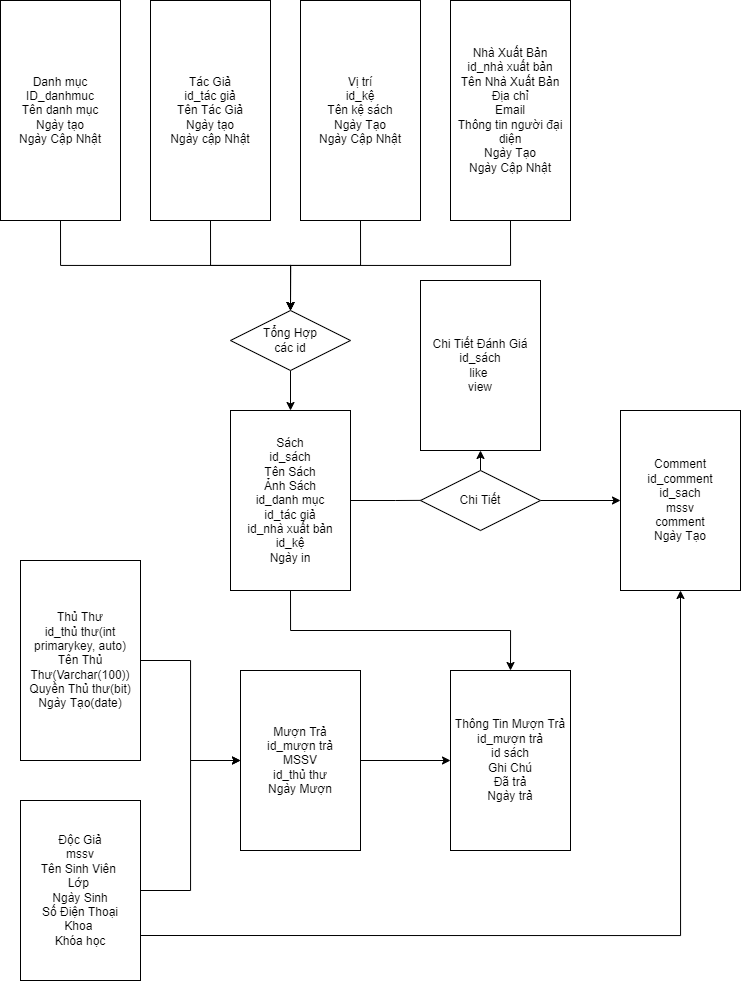
Before: Sơ đồ database.png, a diagram exported from draw.io (Mavis-TETRA/Du-An-APP-Quan-Li-Thu-Vien). Source tidied: cells renumbered, new cells last; positions are measured from the earlier drawing's top-left corner, leaving out a move shared by most shapes. Its diagram source:
```xml
<mxGraphModel>
  <root>
    <mxCell id="0" />
    <mxCell id="1" parent="0" />
    <mxCell id="2" style="edgeStyle=orthogonalEdgeStyle;rounded=0;jettySize=auto;html=1;exitX=0.5;exitY=1;exitDx=0;exitDy=0;" parent="1" edge="1" source="3">
      <mxGeometry relative="1" as="geometry">
        <mxPoint x="290" y="310" as="targetPoint" />
      </mxGeometry>
    </mxCell>
    <mxCell id="3" value="Danh mục&lt;br&gt;ID_danhmuc&lt;br&gt;Tên danh mục&lt;br&gt;Ngày tạo&lt;br&gt;Ngày Cập Nhật" style="rounded=0;whiteSpace=wrap;html=1;" parent="1" vertex="1">
      <mxGeometry width="120" height="220" as="geometry" />
    </mxCell>
    <mxCell id="4" style="edgeStyle=orthogonalEdgeStyle;rounded=0;jettySize=auto;html=1;exitX=0.5;exitY=1;exitDx=0;exitDy=0;entryX=0.5;entryY=0;entryDx=0;entryDy=0;" parent="1" edge="1" source="5" target="23">
      <mxGeometry relative="1" as="geometry" />
    </mxCell>
    <mxCell id="5" value="Tác Giả&lt;br&gt;id_tác giả&lt;br&gt;Tên Tác Giả&lt;br&gt;Ngày tạo&lt;br&gt;Ngày cập Nhật" style="rounded=0;whiteSpace=wrap;html=1;" parent="1" vertex="1">
      <mxGeometry x="150" width="120" height="220" as="geometry" />
    </mxCell>
    <mxCell id="6" style="edgeStyle=orthogonalEdgeStyle;rounded=0;jettySize=auto;html=1;exitX=0.5;exitY=1;exitDx=0;exitDy=0;entryX=0.5;entryY=0;entryDx=0;entryDy=0;" parent="1" edge="1" source="7" target="23">
      <mxGeometry relative="1" as="geometry" />
    </mxCell>
    <mxCell id="7" value="Nhà Xuất Bản&lt;br&gt;id_nhà xuất bản&lt;br&gt;Tên Nhà Xuất Bản&lt;br&gt;Địa chỉ&lt;br&gt;Email&lt;br&gt;Thông tin người đại diện&lt;br&gt;Ngày Tạo&lt;br&gt;Ngày Cập Nhật&lt;br&gt;" style="rounded=0;whiteSpace=wrap;html=1;" parent="1" vertex="1">
      <mxGeometry x="450" width="120" height="220" as="geometry" />
    </mxCell>
    <mxCell id="8" style="edgeStyle=orthogonalEdgeStyle;rounded=0;jettySize=auto;html=1;exitX=0.5;exitY=1;exitDx=0;exitDy=0;entryX=0.5;entryY=0;entryDx=0;entryDy=0;" parent="1" edge="1" source="10" target="18">
      <mxGeometry relative="1" as="geometry" />
    </mxCell>
    <mxCell id="9" style="edgeStyle=orthogonalEdgeStyle;rounded=0;jettySize=auto;html=1;exitX=1;exitY=0.5;exitDx=0;exitDy=0;" parent="1" edge="1" source="10">
      <mxGeometry relative="1" as="geometry">
        <mxPoint x="440" y="499.8" as="targetPoint" />
      </mxGeometry>
    </mxCell>
    <mxCell id="10" value="Sách&lt;br&gt;id_sách&lt;br&gt;Tên Sách&lt;br&gt;Ảnh Sách&lt;br&gt;id_danh mục&lt;br&gt;id_tác giả&lt;br&gt;id_nhà xuất bản&lt;br&gt;id_kệ&lt;br&gt;Ngày in" style="rounded=0;whiteSpace=wrap;html=1;" parent="1" vertex="1">
      <mxGeometry x="230" y="410" width="120" height="180" as="geometry" />
    </mxCell>
    <mxCell id="11" style="edgeStyle=orthogonalEdgeStyle;rounded=0;jettySize=auto;html=1;exitX=1;exitY=0.5;exitDx=0;exitDy=0;entryX=0;entryY=0.5;entryDx=0;entryDy=0;" parent="1" edge="1" source="12" target="17">
      <mxGeometry relative="1" as="geometry" />
    </mxCell>
    <mxCell id="12" value="Thủ Thư&lt;br&gt;id_thủ thư(int primarykey, auto)&lt;br&gt;Tên Thủ Thư(Varchar(100))&lt;br&gt;Quyền Thủ thư(bit)&lt;br&gt;Ngày Tạo(date)" style="rounded=0;whiteSpace=wrap;html=1;" parent="1" vertex="1">
      <mxGeometry x="20" y="560" width="120" height="200" as="geometry" />
    </mxCell>
    <mxCell id="13" style="edgeStyle=orthogonalEdgeStyle;rounded=0;jettySize=auto;html=1;exitX=1;exitY=0.5;exitDx=0;exitDy=0;" parent="1" edge="1" source="15" target="17">
      <mxGeometry relative="1" as="geometry" />
    </mxCell>
    <mxCell id="14" style="edgeStyle=orthogonalEdgeStyle;rounded=0;jettySize=auto;html=1;exitX=1;exitY=0.75;exitDx=0;exitDy=0;entryX=0.5;entryY=1;entryDx=0;entryDy=0;" parent="1" edge="1" source="15" target="27">
      <mxGeometry relative="1" as="geometry" />
    </mxCell>
    <mxCell id="15" value="Độc Giả&lt;br&gt;mssv&lt;br&gt;Tên Sinh Viên&amp;nbsp;&lt;br&gt;Lớp&amp;nbsp;&lt;br&gt;Ngày Sinh&lt;br&gt;Số Điện Thoại&lt;br&gt;Khoa&amp;nbsp;&lt;br&gt;Khóa học" style="rounded=0;whiteSpace=wrap;html=1;" parent="1" vertex="1">
      <mxGeometry x="20" y="800" width="120" height="180" as="geometry" />
    </mxCell>
    <mxCell id="16" style="edgeStyle=orthogonalEdgeStyle;rounded=0;jettySize=auto;html=1;exitX=1;exitY=0.5;exitDx=0;exitDy=0;" parent="1" edge="1" source="17" target="18">
      <mxGeometry relative="1" as="geometry" />
    </mxCell>
    <mxCell id="17" value="Mượn Trả&lt;br&gt;id_mượn trả&lt;br&gt;MSSV&lt;br&gt;id_thủ thư&lt;br&gt;Ngày Mượn&lt;br&gt;" style="rounded=0;whiteSpace=wrap;html=1;" parent="1" vertex="1">
      <mxGeometry x="240" y="670" width="120" height="180" as="geometry" />
    </mxCell>
    <mxCell id="18" value="Thông Tin Mượn Trả&lt;br&gt;id_mượn trả&lt;br&gt;id sách&lt;br&gt;Ghi Chú&lt;br&gt;Đã trả&lt;br&gt;Ngày trả&lt;br&gt;" style="rounded=0;whiteSpace=wrap;html=1;" parent="1" vertex="1">
      <mxGeometry x="450" y="670" width="120" height="180" as="geometry" />
    </mxCell>
    <mxCell id="19" style="edgeStyle=orthogonalEdgeStyle;rounded=0;jettySize=auto;html=1;exitX=0.5;exitY=1;exitDx=0;exitDy=0;" parent="1" edge="1" source="20">
      <mxGeometry relative="1" as="geometry">
        <mxPoint x="290" y="310" as="targetPoint" />
      </mxGeometry>
    </mxCell>
    <mxCell id="20" value="Vị trí&lt;br&gt;id_kệ&lt;br&gt;Tên kệ sách&lt;br&gt;Ngày Tạo&lt;br&gt;Ngày Cập Nhật" style="rounded=0;whiteSpace=wrap;html=1;" parent="1" vertex="1">
      <mxGeometry x="300" width="120" height="220" as="geometry" />
    </mxCell>
    <mxCell id="21" value="Chi Tiết Đánh Giá&lt;br&gt;id_sách&lt;br&gt;like&amp;nbsp;&lt;br&gt;view" style="rounded=0;whiteSpace=wrap;html=1;" parent="1" vertex="1">
      <mxGeometry x="420" y="280" width="120" height="170" as="geometry" />
    </mxCell>
    <mxCell id="22" style="edgeStyle=orthogonalEdgeStyle;rounded=0;jettySize=auto;html=1;exitX=0.5;exitY=1;exitDx=0;exitDy=0;" parent="1" edge="1" source="23" target="10">
      <mxGeometry relative="1" as="geometry" />
    </mxCell>
    <mxCell id="23" value="Tổng Hợp&lt;br&gt;các id" style="shape=rhombus;perimeter=rhombusPerimeter;whiteSpace=wrap;html=1;align=center;" parent="1" vertex="1">
      <mxGeometry x="230" y="310" width="120" height="60" as="geometry" />
    </mxCell>
    <mxCell id="24" style="edgeStyle=orthogonalEdgeStyle;rounded=0;jettySize=auto;html=1;exitX=1;exitY=0.5;exitDx=0;exitDy=0;" parent="1" edge="1" source="26" target="27">
      <mxGeometry relative="1" as="geometry" />
    </mxCell>
    <mxCell id="25" style="edgeStyle=orthogonalEdgeStyle;rounded=0;jettySize=auto;html=1;exitX=0.5;exitY=0;exitDx=0;exitDy=0;entryX=0.5;entryY=1;entryDx=0;entryDy=0;" parent="1" edge="1" source="26" target="21">
      <mxGeometry relative="1" as="geometry" />
    </mxCell>
    <mxCell id="26" value="Chi Tiết" style="shape=rhombus;perimeter=rhombusPerimeter;whiteSpace=wrap;html=1;align=center;" parent="1" vertex="1">
      <mxGeometry x="420" y="470" width="120" height="60" as="geometry" />
    </mxCell>
    <mxCell id="27" value="Comment&lt;br&gt;id_comment&lt;br&gt;id_sach&lt;br&gt;mssv&lt;br&gt;comment&lt;br&gt;Ngày Tạo" style="rounded=0;whiteSpace=wrap;html=1;" parent="1" vertex="1">
      <mxGeometry x="620" y="410" width="120" height="180" as="geometry" />
    </mxCell>
  </root>
</mxGraphModel>
```
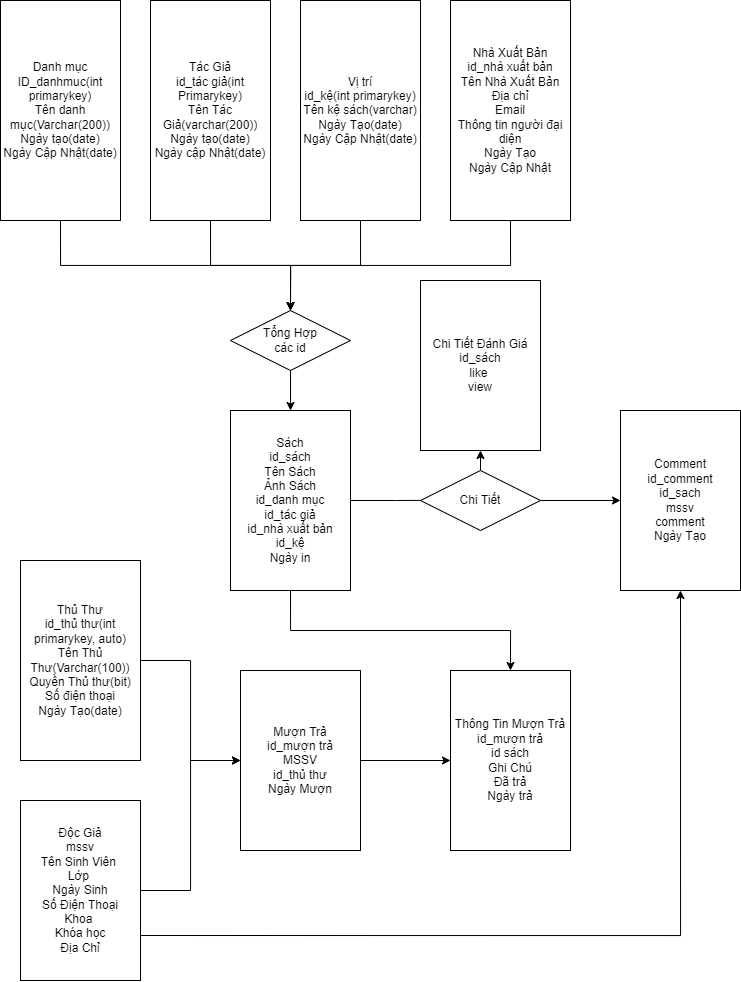
After the commit.

Commit message:
Sơ Đồ Database Quản Lí Thư Viện (ver 1.4)

góp ý nhé

What changed in the source:
```diff
@@ -7,13 +7,13 @@
         <mxPoint x="290" y="310" as="targetPoint" />
       </mxGeometry>
     </mxCell>
-    <mxCell id="3" value="Danh mục&lt;br&gt;ID_danhmuc&lt;br&gt;Tên danh mục&lt;br&gt;Ngày tạo&lt;br&gt;Ngày Cập Nhật" style="rounded=0;whiteSpace=wrap;html=1;" parent="1" vertex="1">
+    <mxCell id="3" value="Danh mục&lt;br&gt;ID_danhmuc(int primarykey)&lt;br&gt;Tên danh mục(Varchar(200))&lt;br&gt;Ngày tạo(date)&lt;br&gt;Ngày Cập Nhật(date)" style="rounded=0;whiteSpace=wrap;html=1;" parent="1" vertex="1">
       <mxGeometry width="120" height="220" as="geometry" />
     </mxCell>
     <mxCell id="4" style="edgeStyle=orthogonalEdgeStyle;rounded=0;jettySize=auto;html=1;exitX=0.5;exitY=1;exitDx=0;exitDy=0;entryX=0.5;entryY=0;entryDx=0;entryDy=0;" parent="1" edge="1" source="5" target="23">
       <mxGeometry relative="1" as="geometry" />
     </mxCell>
-    <mxCell id="5" value="Tác Giả&lt;br&gt;id_tác giả&lt;br&gt;Tên Tác Giả&lt;br&gt;Ngày tạo&lt;br&gt;Ngày cập Nhật" style="rounded=0;whiteSpace=wrap;html=1;" parent="1" vertex="1">
+    <mxCell id="5" value="Tác Giả&lt;br&gt;id_tác giả(int Primarykey)&lt;br&gt;Tên Tác Giả(varchar(200))&lt;br&gt;Ngày tạo(date)&lt;br&gt;Ngày cập Nhật(date)" style="rounded=0;whiteSpace=wrap;html=1;" parent="1" vertex="1">
       <mxGeometry x="150" width="120" height="220" as="geometry" />
     </mxCell>
     <mxCell id="6" style="edgeStyle=orthogonalEdgeStyle;rounded=0;jettySize=auto;html=1;exitX=0.5;exitY=1;exitDx=0;exitDy=0;entryX=0.5;entryY=0;entryDx=0;entryDy=0;" parent="1" edge="1" source="7" target="23">
@@ -36,7 +36,7 @@
     <mxCell id="11" style="edgeStyle=orthogonalEdgeStyle;rounded=0;jettySize=auto;html=1;exitX=1;exitY=0.5;exitDx=0;exitDy=0;entryX=0;entryY=0.5;entryDx=0;entryDy=0;" parent="1" edge="1" source="12" target="17">
       <mxGeometry relative="1" as="geometry" />
     </mxCell>
-    <mxCell id="12" value="Thủ Thư&lt;br&gt;id_thủ thư(int primarykey, auto)&lt;br&gt;Tên Thủ Thư(Varchar(100))&lt;br&gt;Quyền Thủ thư(bit)&lt;br&gt;Ngày Tạo(date)" style="rounded=0;whiteSpace=wrap;html=1;" parent="1" vertex="1">
+    <mxCell id="12" value="Thủ Thư&lt;br&gt;id_thủ thư(int primarykey, auto)&lt;br&gt;Tên Thủ Thư(Varchar(100))&lt;br&gt;Quyền Thủ thư(bit)&lt;br&gt;Số điện thoại&lt;br&gt;Ngày Tạo(date)" style="rounded=0;whiteSpace=wrap;html=1;" parent="1" vertex="1">
       <mxGeometry x="20" y="560" width="120" height="200" as="geometry" />
     </mxCell>
     <mxCell id="13" style="edgeStyle=orthogonalEdgeStyle;rounded=0;jettySize=auto;html=1;exitX=1;exitY=0.5;exitDx=0;exitDy=0;" parent="1" edge="1" source="15" target="17">
@@ -45,7 +45,7 @@
     <mxCell id="14" style="edgeStyle=orthogonalEdgeStyle;rounded=0;jettySize=auto;html=1;exitX=1;exitY=0.75;exitDx=0;exitDy=0;entryX=0.5;entryY=1;entryDx=0;entryDy=0;" parent="1" edge="1" source="15" target="27">
       <mxGeometry relative="1" as="geometry" />
     </mxCell>
-    <mxCell id="15" value="Độc Giả&lt;br&gt;mssv&lt;br&gt;Tên Sinh Viên&amp;nbsp;&lt;br&gt;Lớp&amp;nbsp;&lt;br&gt;Ngày Sinh&lt;br&gt;Số Điện Thoại&lt;br&gt;Khoa&amp;nbsp;&lt;br&gt;Khóa học" style="rounded=0;whiteSpace=wrap;html=1;" parent="1" vertex="1">
+    <mxCell id="15" value="Độc Giả&lt;br&gt;mssv&lt;br&gt;Tên Sinh Viên&amp;nbsp;&lt;br&gt;Lớp&amp;nbsp;&lt;br&gt;Ngày Sinh&lt;br&gt;Số Điện Thoại&lt;br&gt;Khoa&amp;nbsp;&lt;br&gt;Khóa học&lt;br&gt;Địa Chỉ" style="rounded=0;whiteSpace=wrap;html=1;" parent="1" vertex="1">
       <mxGeometry x="20" y="800" width="120" height="180" as="geometry" />
     </mxCell>
     <mxCell id="16" style="edgeStyle=orthogonalEdgeStyle;rounded=0;jettySize=auto;html=1;exitX=1;exitY=0.5;exitDx=0;exitDy=0;" parent="1" edge="1" source="17" target="18">
@@ -62,7 +62,7 @@
         <mxPoint x="290" y="310" as="targetPoint" />
       </mxGeometry>
     </mxCell>
-    <mxCell id="20" value="Vị trí&lt;br&gt;id_kệ&lt;br&gt;Tên kệ sách&lt;br&gt;Ngày Tạo&lt;br&gt;Ngày Cập Nhật" style="rounded=0;whiteSpace=wrap;html=1;" parent="1" vertex="1">
+    <mxCell id="20" value="Vị trí&lt;br&gt;id_kệ(int primarykey)&lt;br&gt;Tên kệ sách(varchar)&lt;br&gt;Ngày Tạo(date)&lt;br&gt;Ngày Cập Nhật(date)" style="rounded=0;whiteSpace=wrap;html=1;" parent="1" vertex="1">
       <mxGeometry x="300" width="120" height="220" as="geometry" />
     </mxCell>
     <mxCell id="21" value="Chi Tiết Đánh Giá&lt;br&gt;id_sách&lt;br&gt;like&amp;nbsp;&lt;br&gt;view" style="rounded=0;whiteSpace=wrap;html=1;" parent="1" vertex="1">
```
